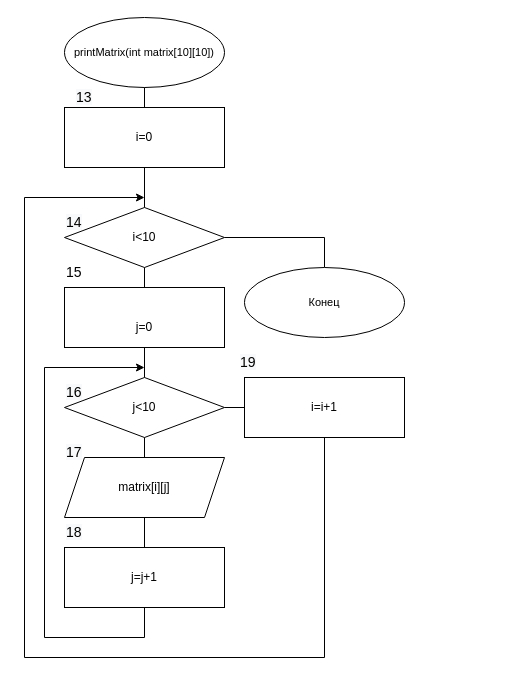
Earlier version of the draw.io diagram page "Page-2" (2 of 3) of Untitled Diagram.drawio (Maquim4/repository_for_challenge). Source tidied: cells renumbered, new cells numbered last; positions are measured from the earlier drawing's top-left corner, leaving out a move shared by most shapes. Both pictures are drawn from the tidied source at 100%, with x=0, y=0 at pixel (24, 17).
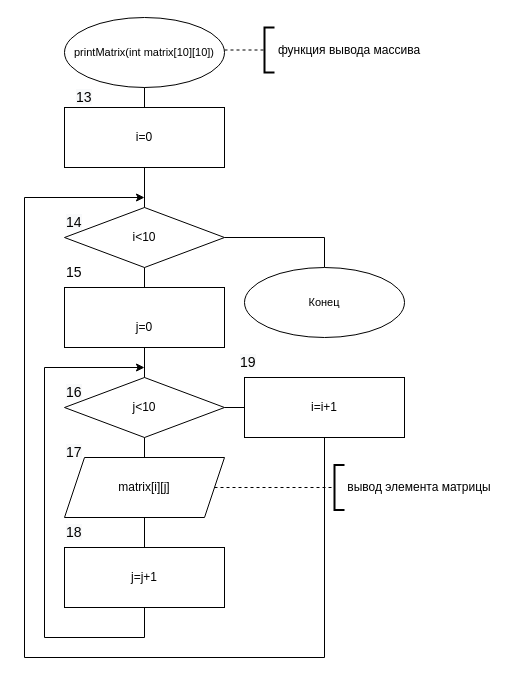
The same page after the edit.

What changed in the source:
```diff
@@
+    <mxCell id="30" style="endArrow=none;dashed=1;html=1;rounded=0;exitX=1;exitY=0.5;exitDx=0;exitDy=0;entryX=0;entryY=0.5;entryDx=0;entryDy=0;entryPerimeter=0;" parent="1" edge="1" target="31">
+      <mxGeometry relative="1" as="geometry">
+        <mxPoint x="190" y="470" as="sourcePoint" />
+      </mxGeometry>
+    </mxCell>
+    <mxCell id="31" style="strokeWidth=2;html=1;shape=mxgraph.flowchart.annotation_1;align=left;" parent="1" vertex="1">
+      <mxGeometry x="310" y="447.5" width="10" height="45" as="geometry" />
+    </mxCell>
+    <mxCell id="32" value="вывод элемента матрицы" style="text;html=1;strokeColor=none;fillColor=none;align=center;verticalAlign=middle;whiteSpace=wrap;rounded=0;" parent="1" vertex="1">
+      <mxGeometry x="310" y="455" width="170" height="30" as="geometry" />
+    </mxCell>
+    <mxCell id="33" style="endArrow=none;dashed=1;html=1;rounded=0;exitX=1;exitY=0.5;exitDx=0;exitDy=0;entryX=0;entryY=0.5;entryDx=0;entryDy=0;entryPerimeter=0;" parent="1" edge="1" target="34">
+      <mxGeometry relative="1" as="geometry">
+        <mxPoint x="200" y="32.5" as="sourcePoint" />
+      </mxGeometry>
+    </mxCell>
+    <mxCell id="34" style="strokeWidth=2;html=1;shape=mxgraph.flowchart.annotation_1;align=left;" parent="1" vertex="1">
+      <mxGeometry x="240" y="10" width="10" height="45" as="geometry" />
+    </mxCell>
+    <mxCell id="35" value="функция вывода массива" style="text;html=1;strokeColor=none;fillColor=none;align=center;verticalAlign=middle;whiteSpace=wrap;rounded=0;" parent="1" vertex="1">
+      <mxGeometry x="240" y="17.5" width="170" height="30" as="geometry" />
+    </mxCell>
```
